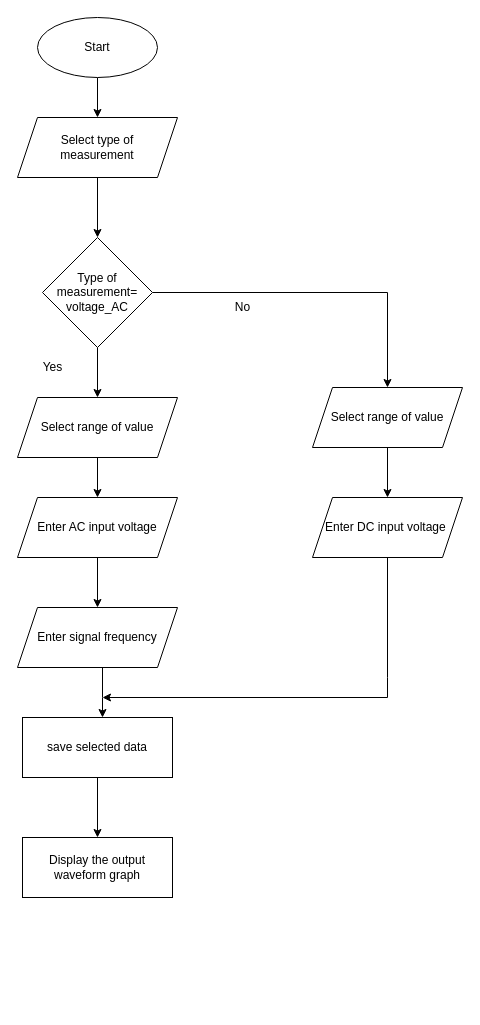
99002625/Flow_chat keeps this draw.io diagram as InputConfig.drawio. Above is the earlier version. Source tidied: cells renumbered, new cells numbered last; positions are measured from the earlier drawing's top-left corner, leaving out a move shared by most shapes. Both pictures are drawn from the tidied source at 100%, with x=0, y=0 at pixel (17, 17).
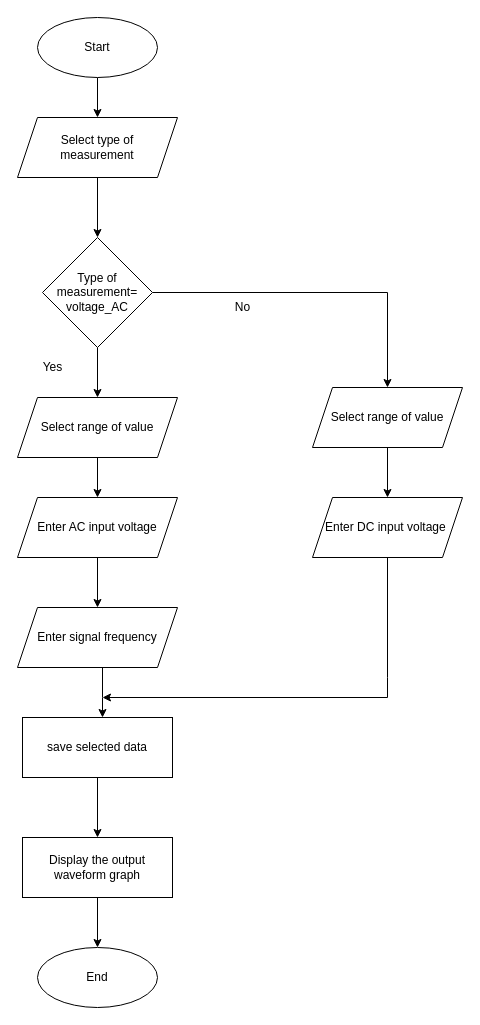
After the change.

Unchanged cells that the change refers to:
```xml
<mxCell id="21" value="Display the output waveform graph" style="rounded=0;whiteSpace=wrap;html=1;" parent="1" vertex="1">
  <mxGeometry x="5" y="820" width="150" height="60" as="geometry" />
</mxCell>
```

Diff of the diagram source:
```diff
@@
+    <mxCell id="24" style="edgeStyle=orthogonalEdgeStyle;rounded=0;jettySize=auto;html=1;" parent="1" edge="1" source="21" target="25">
+      <mxGeometry relative="1" as="geometry" />
+    </mxCell>
@@
+    <mxCell id="25" value="End" style="ellipse;whiteSpace=wrap;html=1;" parent="1" vertex="1">
+      <mxGeometry x="20" y="930" width="120" height="60" as="geometry" />
+    </mxCell>
```
